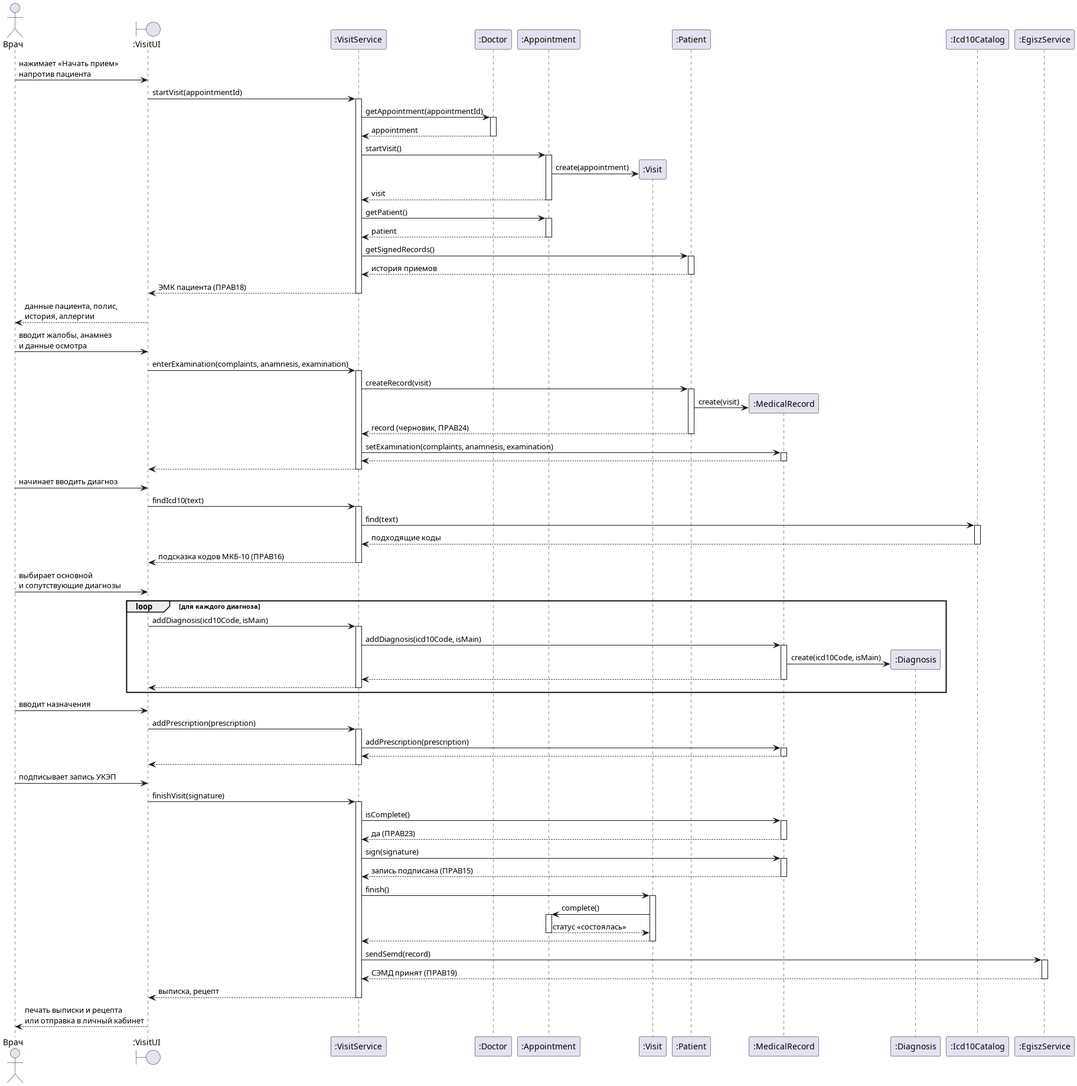
Before: img/visit-sequence.png, a diagram exported from PlantUML (penamarth/bsbo-11-24_team3_var3_clinic).
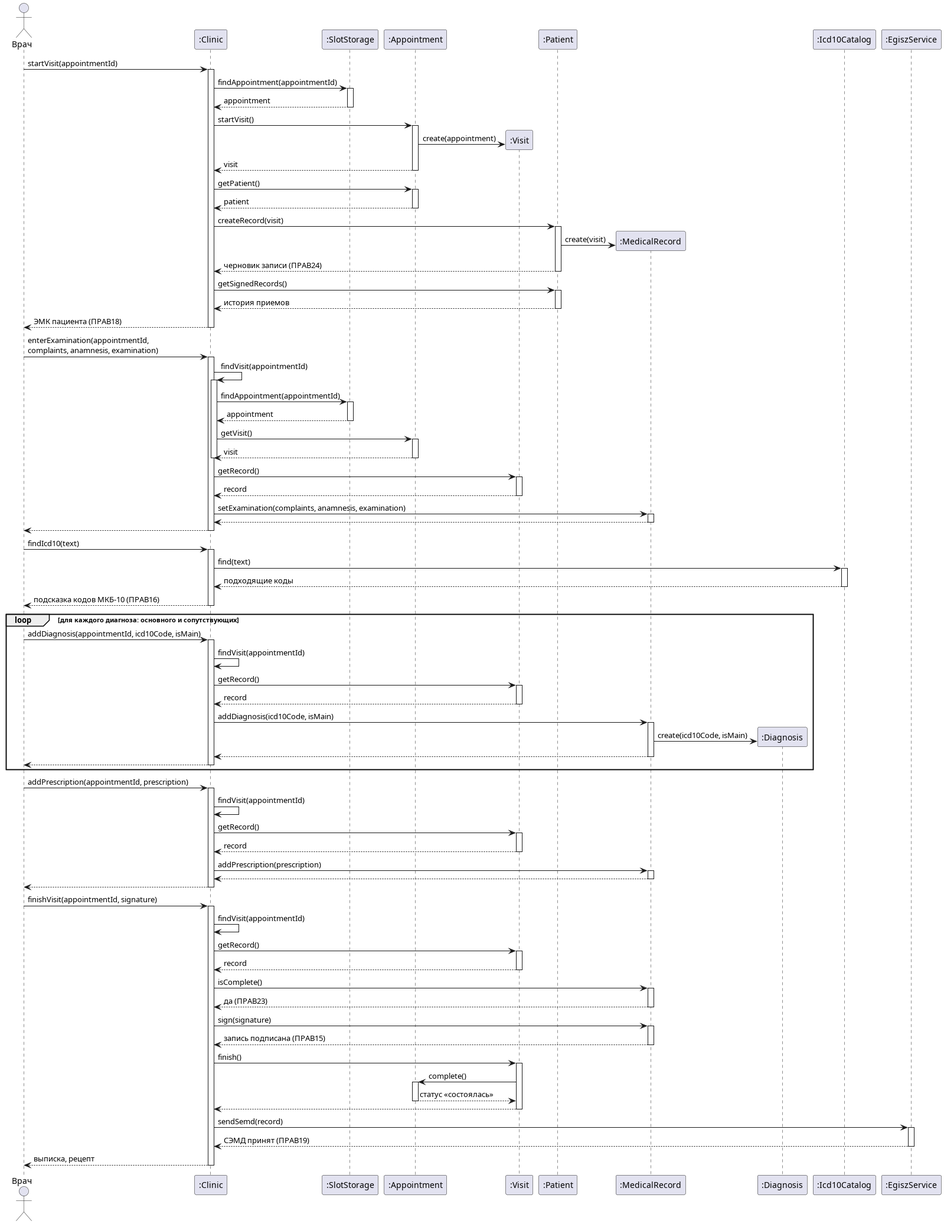
The same file after the commit.

Commit message:
последовательность приема

What changed in the source:
```diff
@@ -1,8 +1,7 @@
 @startuml visit-sequence
 actor Врач
-boundary ":VisitUI" as UI
-participant ":VisitService" as S
-participant ":Doctor" as D
+participant ":Clinic" as C
+participant ":SlotStorage" as SS
 participant ":Appointment" as A
 participant ":Visit" as V
 participant ":Patient" as P
@@ -11,62 +10,72 @@
 participant ":Icd10Catalog" as ICD
 participant ":EgiszService" as E
 
-Врач -> UI : нажимает «Начать прием»\nнапротив пациента
-UI -> S ++ : startVisit(appointmentId)
-S -> D ++ : getAppointment(appointmentId)
-D --> S -- : appointment
-S -> A ++ : startVisit()
+Врач -> C ++ : startVisit(appointmentId)
+C -> SS ++ : findAppointment(appointmentId)
+SS --> C -- : appointment
+C -> A ++ : startVisit()
 A -> V ** : create(appointment)
-A --> S -- : visit
-S -> A ++ : getPatient()
-A --> S -- : patient
-S -> P ++ : getSignedRecords()
-P --> S -- : история приемов
-S --> UI -- : ЭМК пациента (ПРАВ18)
-UI --> Врач : данные пациента, полис,\nистория, аллергии
+A --> C -- : visit
+C -> A ++ : getPatient()
+A --> C -- : patient
+C -> P ++ : createRecord(visit)
+P -> MR ** : create(visit)
+P --> C -- : черновик записи (ПРАВ24)
+C -> P ++ : getSignedRecords()
+P --> C -- : история приемов
+C --> Врач -- : ЭМК пациента (ПРАВ18)
 
-Врач -> UI : вводит жалобы, анамнез\nи данные осмотра
-UI -> S ++ : enterExamination(complaints, anamnesis, examination)
-S -> P ++ : createRecord(visit)
-P -> MR ** : create(visit)
-P --> S -- : record (черновик, ПРАВ24)
-S -> MR ++ : setExamination(complaints, anamnesis, examination)
-MR --> S --
-S --> UI --
+Врач -> C ++ : enterExamination(appointmentId,\ncomplaints, anamnesis, examination)
+C -> C ++ : findVisit(appointmentId)
+C -> SS ++ : findAppointment(appointmentId)
+SS --> C -- : appointment
+C -> A ++ : getVisit()
+A --> C -- : visit
+deactivate C
+C -> V ++ : getRecord()
+V --> C -- : record
+C -> MR ++ : setExamination(complaints, anamnesis, examination)
+MR --> C --
+C --> Врач --
 
-Врач -> UI : начинает вводить диагноз
-UI -> S ++ : findIcd10(text)
-S -> ICD ++ : find(text)
-ICD --> S -- : подходящие коды
-S --> UI -- : подсказка кодов МКБ-10 (ПРАВ16)
-Врач -> UI : выбирает основной\nи сопутствующие диагнозы
-loop для каждого диагноза
-  UI -> S ++ : addDiagnosis(icd10Code, isMain)
-  S -> MR ++ : addDiagnosis(icd10Code, isMain)
+Врач -> C ++ : findIcd10(text)
+C -> ICD ++ : find(text)
+ICD --> C -- : подходящие коды
+C --> Врач -- : подсказка кодов МКБ-10 (ПРАВ16)
+
+loop для каждого диагноза: основного и сопутствующих
+  Врач -> C ++ : addDiagnosis(appointmentId, icd10Code, isMain)
+  C -> C : findVisit(appointmentId)
+  C -> V ++ : getRecord()
+  V --> C -- : record
+  C -> MR ++ : addDiagnosis(icd10Code, isMain)
   MR -> Dg ** : create(icd10Code, isMain)
-  MR --> S --
-  S --> UI --
+  MR --> C --
+  C --> Врач --
 end
 
-Врач -> UI : вводит назначения
-UI -> S ++ : addPrescription(prescription)
-S -> MR ++ : addPrescription(prescription)
-MR --> S --
-S --> UI --
+Врач -> C ++ : addPrescription(appointmentId, prescription)
+C -> C : findVisit(appointmentId)
+C -> V ++ : getRecord()
+V --> C -- : record
+C -> MR ++ : addPrescription(prescription)
+MR --> C --
+C --> Врач --
 
-Врач -> UI : подписывает запись УКЭП
-UI -> S ++ : finishVisit(signature)
-S -> MR ++ : isComplete()
-MR --> S -- : да (ПРАВ23)
-S -> MR ++ : sign(signature)
-MR --> S -- : запись подписана (ПРАВ15)
-S -> V ++ : finish()
+Врач -> C ++ : finishVisit(appointmentId, signature)
+C -> C : findVisit(appointmentId)
+C -> V ++ : getRecord()
+V --> C -- : record
+C -> MR ++ : isComplete()
+MR --> C -- : да (ПРАВ23)
+C -> MR ++ : sign(signature)
+MR --> C -- : запись подписана (ПРАВ15)
+C -> V ++ : finish()
 V -> A ++ : complete()
 A --> V -- : статус «состоялась»
-V --> S --
-S -> E ++ : sendSemd(record)
-E --> S -- : СЭМД принят (ПРАВ19)
-S --> UI -- : выписка, рецепт
-UI --> Врач : печать выписки и рецепта\nили отправка в личный кабинет
+V --> C --
+C -> E ++ : sendSemd(record)
+E --> C -- : СЭМД принят (ПРАВ19)
+C --> Врач -- : выписка, рецепт
 
 @enduml
```
